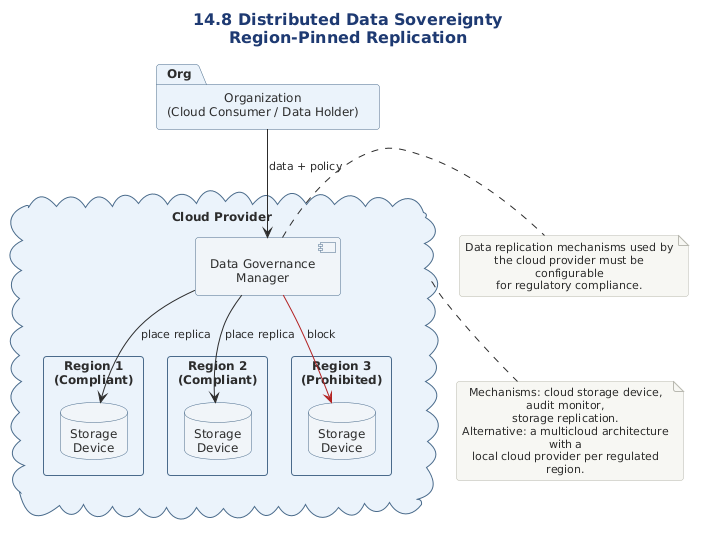
This is src/architecture/cloud/architecture/cloud-architecture-diagram-library/advanced-cloud-architecture-plantuml/diagrams/png/14-08-distributed-data-sovereignty-region.png from Notoriousjayy/latex-docs, a PlantUML export, as it was before one commit.
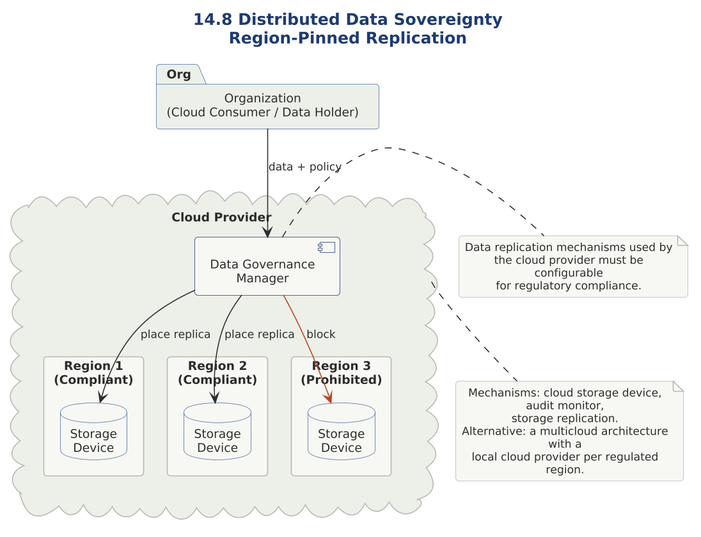
After the commit.

Diff of the diagram source:
```diff
@@ -1,19 +1,13 @@
 @startuml
+
+skinparam dpi 150
+
+
+
 
 !include ../../../../../../../tooling/styles/plantuml/structural/deployment-diagram-style.iuml
 
 title 14.8 Distributed Data Sovereignty\nRegion-Pinned Replication
-
-skinparam ComponentBackgroundColor #F0F4F8
-skinparam ComponentBorderColor #4A6B8A
-skinparam NodeBackgroundColor #FAFCFD
-skinparam NodeBorderColor #4A6B8A
-skinparam DatabaseBackgroundColor #F0F4F8
-skinparam DatabaseBorderColor #4A6B8A
-skinparam CloudBackgroundColor #F8FAFC
-skinparam CloudBorderColor #4A6B8A
-skinparam PackageBackgroundColor #EAF2FB
-skinparam PackageBorderColor #4A6B8A
 
 package "Organization\n(Cloud Consumer / Data Holder)" as Org
 
@@ -33,7 +27,7 @@
 Org --> DGM : data + policy
 DGM --> SD1 : place replica
 DGM --> SD2 : place replica
-DGM -[#B22222]-> SD3 : block
+DGM -[$line_invalid]-> SD3 : block
 
 note right of DGM
   Data replication mechanisms used by
```
